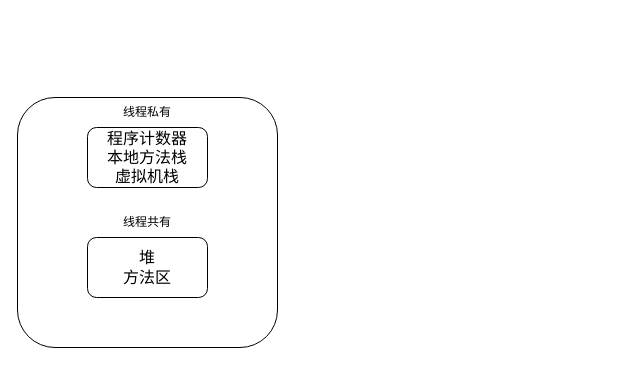
This is JVM.drawio from 1155200424/diagrams, a draw.io file, before an edit. Source tidied: cells renumbered, new cells numbered last; positions are measured from the earlier drawing's top-left corner, leaving out a move shared by most shapes. Both pictures are drawn from the tidied source at 100%, with x=0, y=0 at pixel (17, 97).
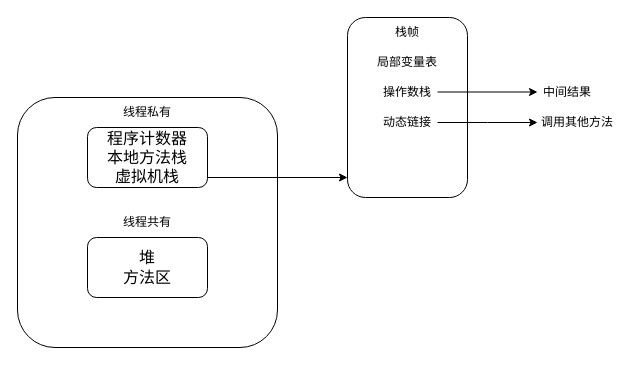
Above is the later version.

Diff of the diagram source:
```diff
@@
 <mxGraphModel>
   <root>
     <mxCell id="0" />
     <mxCell id="1" parent="0" />
     <mxCell id="2" style="rounded=1;whiteSpace=wrap;html=1;" parent="1" vertex="1">
       <mxGeometry width="260" height="250" as="geometry" />
     </mxCell>
     <mxCell id="3" value="程序计数器&lt;div style=&quot;font-size: 16px;&quot;&gt;本地方法栈&lt;/div&gt;&lt;div style=&quot;font-size: 16px;&quot;&gt;虚拟机栈&lt;/div&gt;" style="rounded=1;whiteSpace=wrap;html=1;fontSize=16;" parent="1" vertex="1">
       <mxGeometry x="70" y="30" width="120" height="60" as="geometry" />
     </mxCell>
     <mxCell id="4" value="堆&lt;div style=&quot;font-size: 16px;&quot;&gt;方法区&lt;/div&gt;" style="rounded=1;whiteSpace=wrap;html=1;fontSize=16;" parent="1" vertex="1">
       <mxGeometry x="70" y="140" width="120" height="60" as="geometry" />
     </mxCell>
     <mxCell id="5" value="线程私有" style="text;html=1;align=center;verticalAlign=middle;whiteSpace=wrap;rounded=0;" parent="1" vertex="1">
       <mxGeometry x="100" width="60" height="30" as="geometry" />
     </mxCell>
     <mxCell id="6" value="线程共有" style="text;html=1;align=center;verticalAlign=middle;whiteSpace=wrap;rounded=0;" parent="1" vertex="1">
       <mxGeometry x="100" y="110" width="60" height="30" as="geometry" />
     </mxCell>
+    <mxCell id="7" style="endArrow=classic;html=1;rounded=0;" parent="1" edge="1">
+      <mxGeometry relative="1" as="geometry">
+        <mxPoint x="190" y="80" as="sourcePoint" />
+        <mxPoint x="330" y="80" as="targetPoint" />
+      </mxGeometry>
+    </mxCell>
+    <mxCell id="8" style="rounded=1;whiteSpace=wrap;html=1;" parent="1" vertex="1">
+      <mxGeometry x="330" y="-80" width="120" height="180" as="geometry" />
+    </mxCell>
+    <mxCell id="9" value="栈帧" style="text;html=1;align=center;verticalAlign=middle;whiteSpace=wrap;rounded=0;" parent="1" vertex="1">
+      <mxGeometry x="360" y="-80" width="60" height="30" as="geometry" />
+    </mxCell>
+    <mxCell id="10" value="局部变量表" style="text;html=1;align=center;verticalAlign=middle;whiteSpace=wrap;rounded=0;" parent="1" vertex="1">
+      <mxGeometry x="355" y="-50" width="70" height="30" as="geometry" />
+    </mxCell>
+    <mxCell id="11" value="操作数栈" style="text;html=1;align=center;verticalAlign=middle;whiteSpace=wrap;rounded=0;" parent="1" vertex="1">
+      <mxGeometry x="355" y="-20" width="70" height="30" as="geometry" />
+    </mxCell>
+    <mxCell id="12" style="endArrow=classic;html=1;rounded=0;" parent="1" edge="1">
+      <mxGeometry relative="1" as="geometry">
+        <mxPoint x="420" y="-5.5" as="sourcePoint" />
+        <mxPoint x="520" y="-5.5" as="targetPoint" />
+      </mxGeometry>
+    </mxCell>
+    <mxCell id="13" value="中间结果" style="text;html=1;align=center;verticalAlign=middle;whiteSpace=wrap;rounded=0;" parent="1" vertex="1">
+      <mxGeometry x="520" y="-20" width="60" height="30" as="geometry" />
+    </mxCell>
+    <mxCell id="14" style="edgeStyle=orthogonalEdgeStyle;rounded=0;jettySize=auto;html=1;exitX=1;exitY=0.5;exitDx=0;exitDy=0;" parent="1" edge="1" source="15">
+      <mxGeometry relative="1" as="geometry">
+        <mxPoint x="520" y="25" as="targetPoint" />
+      </mxGeometry>
+    </mxCell>
+    <mxCell id="15" value="动态链接" style="text;html=1;align=center;verticalAlign=middle;whiteSpace=wrap;rounded=0;" parent="1" vertex="1">
+      <mxGeometry x="360" y="10" width="60" height="30" as="geometry" />
+    </mxCell>
+    <mxCell id="16" value="调用其他方法" style="text;html=1;align=center;verticalAlign=middle;whiteSpace=wrap;rounded=0;" parent="1" vertex="1">
+      <mxGeometry x="520" y="10" width="80" height="30" as="geometry" />
+    </mxCell>
   </root>
 </mxGraphModel>
```
